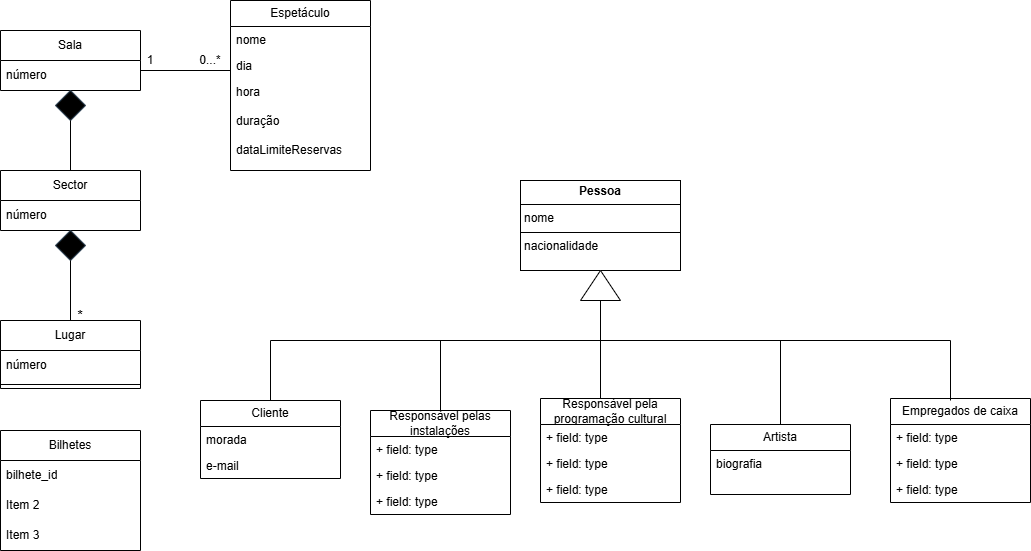
Above: UML1.drawio.png in leorsd/ESOF_UML (draw.io), before the change. Source tidied: cells renumbered, new cells last; positions are measured from the earlier drawing's top-left corner, leaving out a move shared by most shapes.
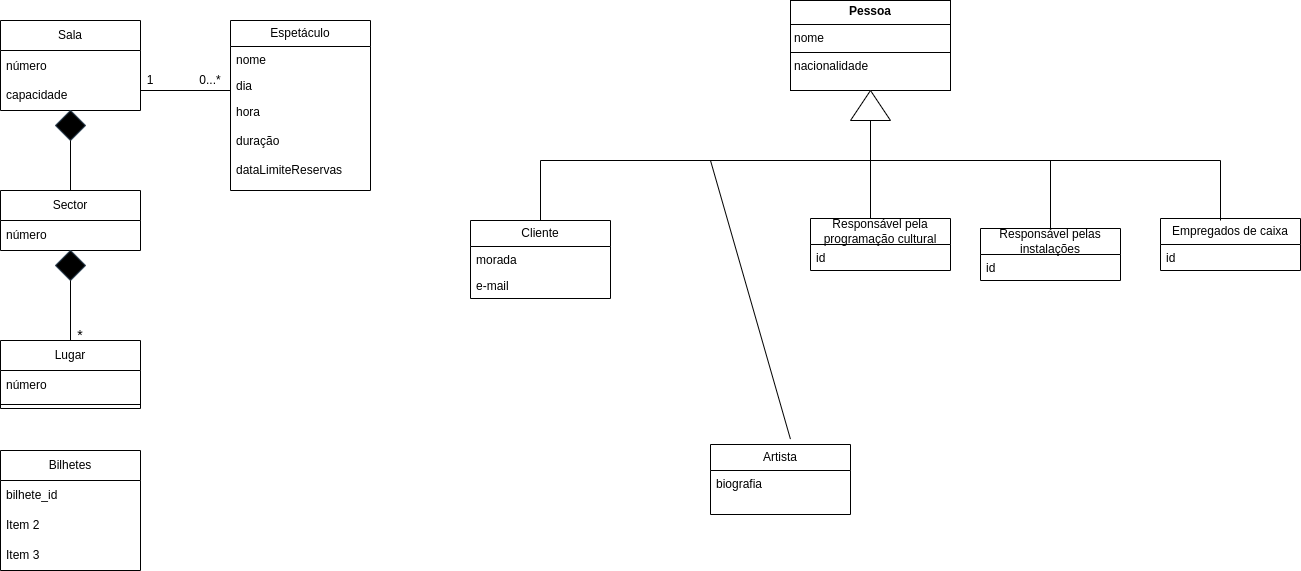
Later version of the same file.

Diff of the diagram source:
```diff
@@ -9,10 +9,10 @@
       <mxGeometry y="26" width="140" height="44" as="geometry" />
     </mxCell>
     <mxCell id="4" value="Sala" style="swimlane;fontStyle=0;horizontal=1;startSize=30;whiteSpace=wrap;html=1;" parent="1" vertex="1">
-      <mxGeometry y="30" width="140" height="60" as="geometry" />
+      <mxGeometry width="140" height="90" as="geometry" />
     </mxCell>
-    <mxCell id="5" value="número" style="text;strokeColor=none;fillColor=none;align=left;verticalAlign=middle;spacingLeft=4;spacingRight=4;overflow=hidden;whiteSpace=wrap;html=1;" parent="4" vertex="1">
-      <mxGeometry y="30" width="140" height="30" as="geometry" />
+    <mxCell id="5" value="número&lt;div&gt;&lt;div&gt;&lt;br&gt;&lt;/div&gt;&lt;div&gt;capacidade&lt;/div&gt;&lt;/div&gt;" style="text;strokeColor=none;fillColor=none;align=left;verticalAlign=middle;spacingLeft=4;spacingRight=4;overflow=hidden;whiteSpace=wrap;html=1;" parent="4" vertex="1">
+      <mxGeometry y="30" width="140" height="60" as="geometry" />
     </mxCell>
     <mxCell id="6" value="Sector" style="swimlane;fontStyle=0;horizontal=1;startSize=30;whiteSpace=wrap;html=1;" parent="1" vertex="1">
       <mxGeometry y="170" width="140" height="60" as="geometry" />
@@ -64,7 +64,7 @@
       <mxGeometry y="78" width="140" height="92" as="geometry" />
     </mxCell>
     <mxCell id="21" value="Cliente" style="swimlane;fontStyle=0;horizontal=1;startSize=26;fillColor=none;whiteSpace=wrap;html=1;" parent="1" vertex="1">
-      <mxGeometry x="200" y="400" width="140" height="78" as="geometry" />
+      <mxGeometry x="470" y="200" width="140" height="78" as="geometry" />
     </mxCell>
     <mxCell id="22" value="morada" style="text;strokeColor=none;fillColor=none;align=left;verticalAlign=top;spacingLeft=4;spacingRight=4;overflow=hidden;whiteSpace=wrap;html=1;" parent="21" vertex="1">
       <mxGeometry y="26" width="140" height="26" as="geometry" />
@@ -73,7 +73,7 @@
       <mxGeometry y="52" width="140" height="26" as="geometry" />
     </mxCell>
     <mxCell id="24" value="&lt;p style=&quot;margin:0px;margin-top:4px;text-align:center;&quot;&gt;&lt;b&gt;Pessoa&lt;/b&gt;&lt;/p&gt;&lt;hr size=&quot;1&quot; style=&quot;border-style:solid;&quot;&gt;&lt;p style=&quot;margin:0px;margin-left:4px;&quot;&gt;nome&lt;/p&gt;&lt;hr size=&quot;1&quot; style=&quot;border-style:solid;&quot;&gt;&lt;p style=&quot;margin:0px;margin-left:4px;&quot;&gt;nacionalidade&lt;/p&gt;" style="verticalAlign=top;align=left;overflow=fill;html=1;whiteSpace=wrap;" parent="1" vertex="1">
-      <mxGeometry x="520" y="180" width="160" height="90" as="geometry" />
+      <mxGeometry x="790" y="-20" width="160" height="90" as="geometry" />
     </mxCell>
     <mxCell id="25" style="endArrow=none;html=1;rounded=0;entryX=0.5;entryY=1;entryDx=0;entryDy=0;" parent="1" edge="1">
       <mxGeometry relative="1" as="geometry">
@@ -82,41 +82,23 @@
       </mxGeometry>
     </mxCell>
     <mxCell id="26" value="Empregados de caixa" style="swimlane;fontStyle=0;horizontal=1;startSize=26;fillColor=none;whiteSpace=wrap;html=1;" parent="1" vertex="1">
-      <mxGeometry x="890" y="398" width="140" height="104" as="geometry" />
+      <mxGeometry x="1160" y="198" width="140" height="52" as="geometry" />
     </mxCell>
-    <mxCell id="27" value="+ field: type" style="text;strokeColor=none;fillColor=none;align=left;verticalAlign=top;spacingLeft=4;spacingRight=4;overflow=hidden;whiteSpace=wrap;html=1;" parent="26" vertex="1">
+    <mxCell id="27" value="id" style="text;strokeColor=none;fillColor=none;align=left;verticalAlign=top;spacingLeft=4;spacingRight=4;overflow=hidden;whiteSpace=wrap;html=1;" parent="26" vertex="1">
       <mxGeometry y="26" width="140" height="26" as="geometry" />
     </mxCell>
-    <mxCell id="28" value="+ field: type" style="text;strokeColor=none;fillColor=none;align=left;verticalAlign=top;spacingLeft=4;spacingRight=4;overflow=hidden;whiteSpace=wrap;html=1;" parent="26" vertex="1">
-      <mxGeometry y="52" width="140" height="26" as="geometry" />
-    </mxCell>
-    <mxCell id="29" value="+ field: type" style="text;strokeColor=none;fillColor=none;align=left;verticalAlign=top;spacingLeft=4;spacingRight=4;overflow=hidden;whiteSpace=wrap;html=1;" parent="26" vertex="1">
-      <mxGeometry y="78" width="140" height="26" as="geometry" />
-    </mxCell>
     <mxCell id="30" value="Responsável pelas instalações" style="swimlane;fontStyle=0;horizontal=1;startSize=26;fillColor=none;whiteSpace=wrap;html=1;" parent="1" vertex="1">
-      <mxGeometry x="370" y="410" width="140" height="104" as="geometry" />
+      <mxGeometry x="980" y="208" width="140" height="52" as="geometry" />
     </mxCell>
-    <mxCell id="31" value="+ field: type" style="text;strokeColor=none;fillColor=none;align=left;verticalAlign=top;spacingLeft=4;spacingRight=4;overflow=hidden;whiteSpace=wrap;html=1;" parent="30" vertex="1">
+    <mxCell id="31" value="id" style="text;strokeColor=none;fillColor=none;align=left;verticalAlign=top;spacingLeft=4;spacingRight=4;overflow=hidden;whiteSpace=wrap;html=1;" parent="30" vertex="1">
       <mxGeometry y="26" width="140" height="26" as="geometry" />
     </mxCell>
-    <mxCell id="32" value="+ field: type" style="text;strokeColor=none;fillColor=none;align=left;verticalAlign=top;spacingLeft=4;spacingRight=4;overflow=hidden;whiteSpace=wrap;html=1;" parent="30" vertex="1">
-      <mxGeometry y="52" width="140" height="26" as="geometry" />
-    </mxCell>
-    <mxCell id="33" value="+ field: type" style="text;strokeColor=none;fillColor=none;align=left;verticalAlign=top;spacingLeft=4;spacingRight=4;overflow=hidden;whiteSpace=wrap;html=1;" parent="30" vertex="1">
-      <mxGeometry y="78" width="140" height="26" as="geometry" />
-    </mxCell>
     <mxCell id="34" value="Responsável pela programação cultural" style="swimlane;fontStyle=0;horizontal=1;startSize=26;fillColor=none;whiteSpace=wrap;html=1;" parent="1" vertex="1">
-      <mxGeometry x="540" y="398" width="140" height="104" as="geometry" />
+      <mxGeometry x="810" y="198" width="140" height="52" as="geometry" />
     </mxCell>
-    <mxCell id="35" value="+ field: type" style="text;strokeColor=none;fillColor=none;align=left;verticalAlign=top;spacingLeft=4;spacingRight=4;overflow=hidden;whiteSpace=wrap;html=1;" parent="34" vertex="1">
+    <mxCell id="35" value="id" style="text;strokeColor=none;fillColor=none;align=left;verticalAlign=top;spacingLeft=4;spacingRight=4;overflow=hidden;whiteSpace=wrap;html=1;" parent="34" vertex="1">
       <mxGeometry y="26" width="140" height="26" as="geometry" />
     </mxCell>
-    <mxCell id="36" value="+ field: type" style="text;strokeColor=none;fillColor=none;align=left;verticalAlign=top;spacingLeft=4;spacingRight=4;overflow=hidden;whiteSpace=wrap;html=1;" parent="34" vertex="1">
-      <mxGeometry y="52" width="140" height="26" as="geometry" />
-    </mxCell>
-    <mxCell id="37" value="+ field: type" style="text;strokeColor=none;fillColor=none;align=left;verticalAlign=top;spacingLeft=4;spacingRight=4;overflow=hidden;whiteSpace=wrap;html=1;" parent="34" vertex="1">
-      <mxGeometry y="78" width="140" height="26" as="geometry" />
-    </mxCell>
     <mxCell id="38" value="Bilhetes" style="swimlane;fontStyle=0;horizontal=1;startSize=30;whiteSpace=wrap;html=1;" parent="1" vertex="1">
       <mxGeometry y="430" width="140" height="120" as="geometry" />
     </mxCell>
@@ -130,7 +112,7 @@
       <mxGeometry y="90" width="140" height="30" as="geometry" />
     </mxCell>
     <mxCell id="42" style="triangle;whiteSpace=wrap;html=1;rotation=-180;direction=south;" parent="1" vertex="1">
-      <mxGeometry x="580" y="270" width="40" height="30" as="geometry" />
+      <mxGeometry x="850" y="70" width="40" height="30" as="geometry" />
     </mxCell>
     <mxCell id="43" value="0...*" style="text;html=1;align=center;verticalAlign=middle;whiteSpace=wrap;rounded=0;" parent="1" vertex="1">
       <mxGeometry x="180" y="45" width="60" height="30" as="geometry" />
@@ -138,37 +120,37 @@
     <mxCell id="44" style="endArrow=none;html=1;rounded=0;entryX=0;entryY=0.5;entryDx=0;entryDy=0;exitX=0.5;exitY=0;exitDx=0;exitDy=0;" parent="1" edge="1" source="21" target="42">
       <mxGeometry relative="1" as="geometry">
         <Array as="points">
-          <mxPoint x="270" y="340" />
-          <mxPoint x="600" y="340" />
+          <mxPoint x="540" y="140" />
+          <mxPoint x="870" y="140" />
         </Array>
       </mxGeometry>
     </mxCell>
-    <mxCell id="45" style="endArrow=none;html=1;rounded=0;exitX=0.5;exitY=0;exitDx=0;exitDy=0;" parent="1" edge="1" source="30">
+    <mxCell id="45" style="endArrow=none;html=1;rounded=0;exitX=0.571;exitY=-0.077;exitDx=0;exitDy=0;exitPerimeter=0;" parent="1" edge="1" source="2">
       <mxGeometry relative="1" as="geometry">
-        <mxPoint x="440" y="340" as="targetPoint" />
+        <mxPoint x="710" y="140" as="targetPoint" />
       </mxGeometry>
     </mxCell>
     <mxCell id="46" style="endArrow=none;html=1;rounded=0;" parent="1" edge="1">
       <mxGeometry relative="1" as="geometry">
-        <mxPoint x="570" y="340" as="sourcePoint" />
-        <mxPoint x="950" y="340" as="targetPoint" />
+        <mxPoint x="840" y="140" as="sourcePoint" />
+        <mxPoint x="1220" y="140" as="targetPoint" />
       </mxGeometry>
     </mxCell>
-    <mxCell id="47" style="endArrow=none;html=1;rounded=0;exitX=0.5;exitY=0;exitDx=0;exitDy=0;" parent="1" edge="1" source="2">
+    <mxCell id="47" style="endArrow=none;html=1;rounded=0;exitX=0.5;exitY=0;exitDx=0;exitDy=0;" parent="1" edge="1" source="30">
       <mxGeometry relative="1" as="geometry">
-        <mxPoint x="780" y="340" as="targetPoint" />
+        <mxPoint x="1050" y="140" as="targetPoint" />
       </mxGeometry>
     </mxCell>
     <mxCell id="48" style="endArrow=none;html=1;rounded=0;exitX=0.5;exitY=0;exitDx=0;exitDy=0;" parent="1" edge="1">
       <mxGeometry relative="1" as="geometry">
-        <mxPoint x="950" y="400" as="sourcePoint" />
-        <mxPoint x="950" y="340" as="targetPoint" />
+        <mxPoint x="1220" y="200" as="sourcePoint" />
+        <mxPoint x="1220" y="140" as="targetPoint" />
       </mxGeometry>
     </mxCell>
     <mxCell id="49" style="endArrow=none;html=1;rounded=0;exitX=0.5;exitY=0;exitDx=0;exitDy=0;" parent="1" edge="1">
       <mxGeometry relative="1" as="geometry">
-        <mxPoint x="600" y="398" as="sourcePoint" />
-        <mxPoint x="600" y="338" as="targetPoint" />
+        <mxPoint x="870" y="198" as="sourcePoint" />
+        <mxPoint x="870" y="138" as="targetPoint" />
       </mxGeometry>
     </mxCell>
   </root>
```
